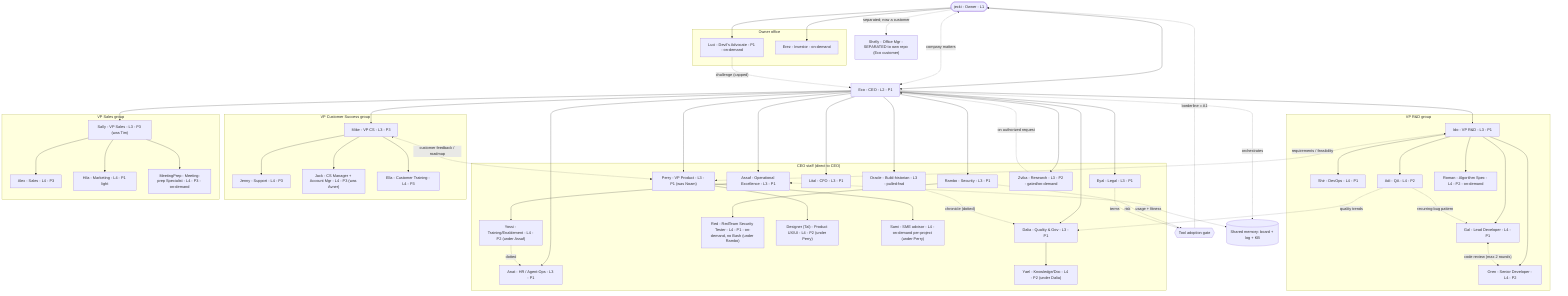
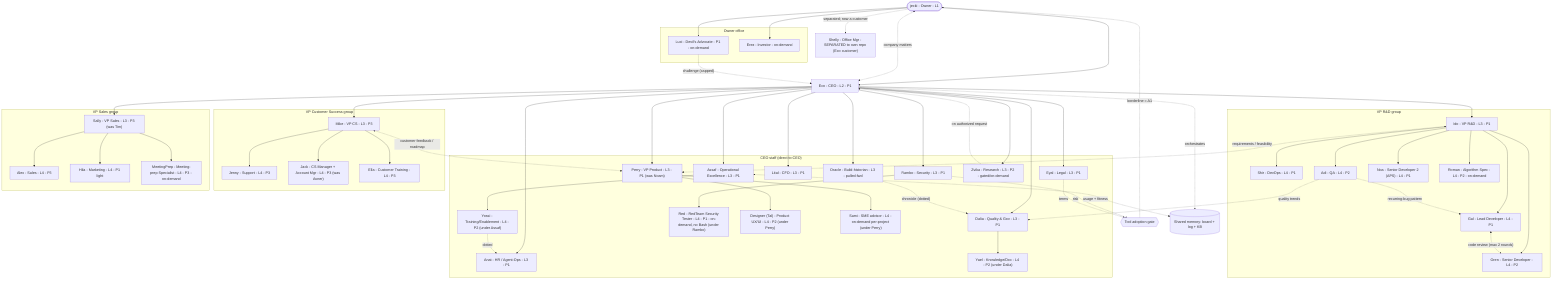
flowchart TD
    %% Solid = reporting. Dashed = communication (arrowheads show direction).
    %% Cross-group comms only via the VPs. CEO may reach anyone but defaults to chain of command.
    %% Maintained by Anat (HR/Agent-Ops): update after EACH agent add/retire/rename/re-scope A1.
    %% Last updated 2026-06-28 (owner A1): Noam->Perry, Tim->Sally, Avner->Jack, Senior Dev->Oren;
    %% added Oracle, Yael, Yossi, Red (RedTeam), Designer, Sami, MeetingPrep. Shelly = separated (customer).

    OWNER(["jecki - Owner - L1"])
    ECO["Eco - CEO - L2 - P1"]
    SHELLY_X["Shelly - Office Mgr - SEPARATED to own repo (Eco customer)"]

    subgraph OFFICE["Owner office"]
      LUCI["Luci - Devil's Advocate - P1 - on-demand"]
      EREZ["Erez - Investor - on-demand"]
    end

    subgraph STAFF["CEO staff (direct to CEO)"]
      DALIA["Dalia - Quality & Gov - L3 - P1"]
      ANAT["Anat - HR / Agent-Ops - L3 - P1"]
      ASSAF["Assaf - Operational Excellence - L3 - P1"]
      RAMBO["Rambo - Security - L3 - P1"]
      EYAL["Eyal - Legal - L3 - P1"]
      LITAL["Lital - CFO - L3 - P1"]
      PERRY["Perry - VP Product - L3 - P1 (was Noam)"]
      ORACLE["Oracle - Build-historian - L3 - pulled-fwd"]
      ZVIKA["Zvika - Research - L3 - P2 - gated/on-demand"]
      YAEL["Yael - Knowledge/Doc - L4 - P2 (under Dalia)"]
      YOSSI["Yossi - Training/Enablement - L4 - P2 (under Assaf)"]
      RED["Red - RedTeam Security Tester - L4 - P1 - on-demand, no Bash (under Rambo)"]
      DESIGNER["Designer (Tal) - Product UX/UI - L4 - P2 (under Perry)"]
      SAMI["Sami - SME advisor - L4 - on-demand per-project (under Perry)"]
    end

    subgraph RND["VP R&D group"]
      IDO["Ido - VP R&D - L3 - P1"]
      GAL["Gal - Lead Developer - L4 - P1"]
      SHIR["Shir - DevOps - L4 - P1"]
      ADI["Adi - QA - L4 - P2"]
      OREN["Oren - Senior Developer - L4 - P2"]
+       NOA["Noa - Senior Developer 2 (APS) - L4 - P1"]
      ROMAN["Roman - Algorithm Spec - L4 - P2 - on-demand"]
    end

    subgraph CSG["VP Customer Success group"]
      MIKE["Mike - VP CS - L3 - P3"]
      JENNY["Jenny - Support - L4 - P3"]
      JACK["Jack - CS Manager + Account Mgr - L4 - P3 (was Avner)"]
      ELLA["Ella - Customer Training - L4 - P3"]
    end

    subgraph SALESG["VP Sales group"]
      SALLY["Sally - VP Sales - L3 - P3 (was Tim)"]
      ALEX["Alex - Sales - L4 - P3"]
      HILA["Hila - Marketing - L4 - P1 light"]
      MEETINGPREP["MeetingPrep - Meeting-prep Specialist - L4 - P3 - on-demand"]
    end

    GATE{{"Tool adoption gate"}}
    HUB[("Shared memory: board + log + KB")]

    OWNER --> ECO
    OWNER --> LUCI
    OWNER --> EREZ
    OWNER -.->|"separated; now a customer"| SHELLY_X
    ECO --> DALIA
    ECO --> ANAT
    ECO --> ASSAF
    ECO --> RAMBO
    ECO --> EYAL
    ECO --> LITAL
    ECO --> PERRY
    ECO --> ORACLE
    ECO --> ZVIKA
    ECO --> IDO
    ECO --> MIKE
    ECO --> SALLY
    DALIA --> YAEL
    ASSAF --> YOSSI
    RAMBO --> RED
    PERRY --> DESIGNER
    PERRY --> SAMI
    IDO --> GAL
    IDO --> SHIR
    IDO --> ADI
    IDO --> OREN
+     IDO --> NOA
    IDO --> ROMAN
    MIKE --> JENNY
    MIKE --> JACK
    MIKE --> ELLA
    SALLY --> ALEX
    SALLY --> HILA
    SALLY --> MEETINGPREP

    OWNER <-.->|"company matters"| ECO
    LUCI -.->|"challenge (capped)"| ECO
    IDO <-.->|"requirements / feasibility"| PERRY
    MIKE <-.->|"customer feedback / roadmap"| PERRY
    GAL <-.->|"code review (max 2 rounds)"| OREN
    ADI -.->|"recurring-bug pattern"| GAL
    ADI -.->|"quality trends"| DALIA
    ORACLE -.->|"chronicle (dotted)"| DALIA
    YOSSI -.->|"dotted"| ANAT
    RAMBO -.->|"risk"| GATE
    EYAL -.->|"terms"| GATE
    GATE -.->|"borderline = A1"| OWNER
    ASSAF <-.->|"usage + fitness"| HUB
    ECO -.->|"orchestrates"| HUB
    ZVIKA -.->|"on authorized request"| ECO
